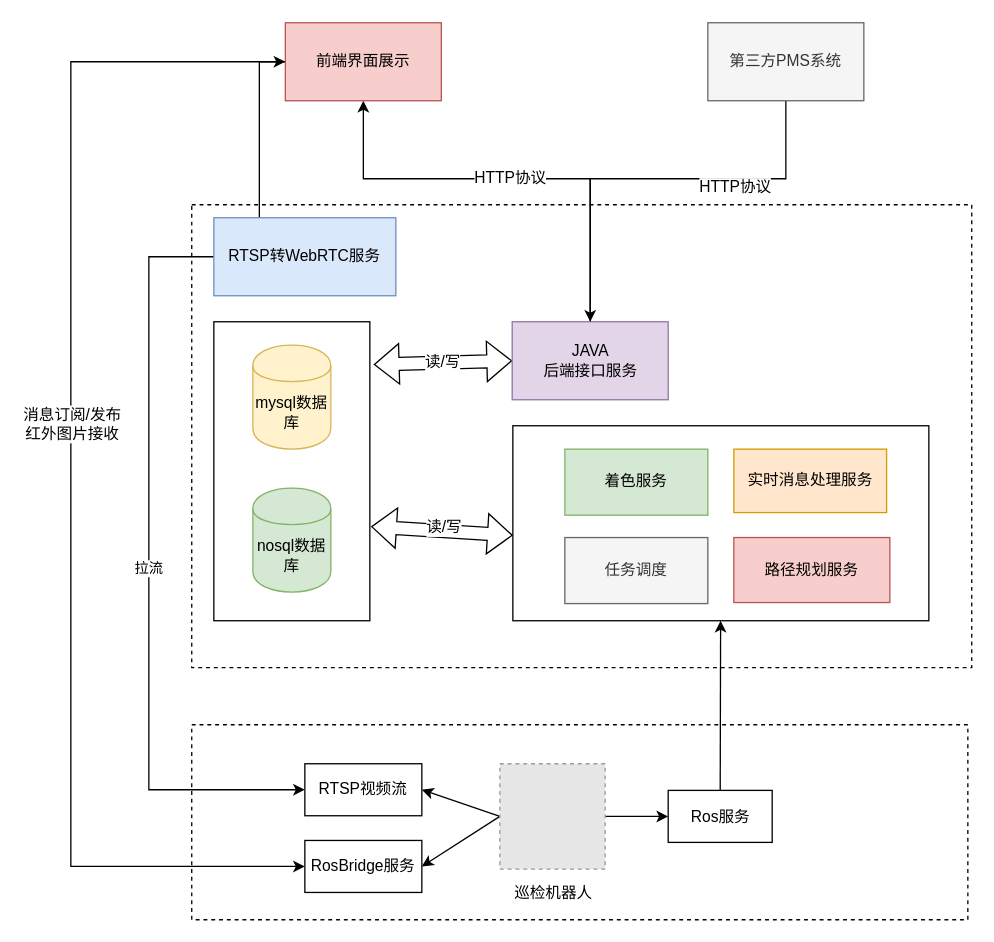
Above: ydrobot-framework.drawio in wangyufei0807/draw (draw.io), before the change. Source tidied: cells renumbered, new cells numbered last; positions are measured from the earlier drawing's top-left corner, leaving out a move shared by most shapes. Both pictures are drawn from the tidied source at 130%, with x=0, y=0 at pixel (70, 22). Pictures stored in the file or linked from it are replaced by grey dashed boxes.
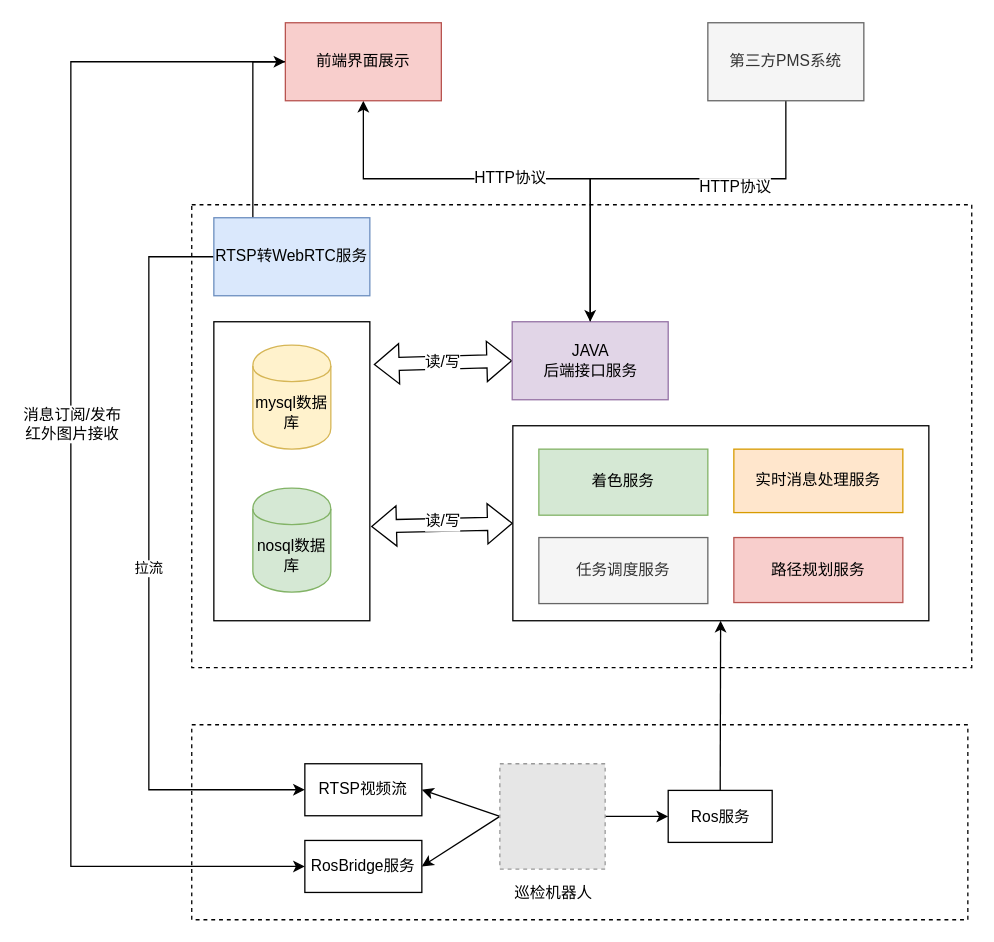
After the change.

Unchanged cells that the change refers to:
```xml
<mxCell id="20" style="rounded=0;whiteSpace=wrap;html=1;" parent="1" vertex="1">
  <mxGeometry x="340" y="310" width="320" height="150" as="geometry" />
</mxCell>
<mxCell id="28" style="rounded=0;whiteSpace=wrap;html=1;" parent="1" vertex="1">
  <mxGeometry x="110" y="230" width="120" height="230" as="geometry" />
</mxCell>
```

Diff of the diagram source:
```diff
@@
-    <mxCell id="18" style="rounded=0;jettySize=auto;html=1;exitX=0;exitY=0.5;exitDx=0;exitDy=0;entryX=1.008;entryY=0.685;entryDx=0;entryDy=0;entryPerimeter=0;strokeColor=#000000;startArrow=block;shape=flexArrow;fillColor=none;" parent="1" edge="1" target="28">
-      <mxGeometry relative="1" as="geometry">
-        <mxPoint x="340" y="394.3" as="sourcePoint" />
-      </mxGeometry>
+    <mxCell id="18" style="rounded=0;jettySize=auto;html=1;exitX=0;exitY=0.5;exitDx=0;exitDy=0;entryX=1.008;entryY=0.685;entryDx=0;entryDy=0;entryPerimeter=0;strokeColor=#000000;startArrow=block;shape=flexArrow;fillColor=none;" parent="1" edge="1" source="20" target="28">
+      <mxGeometry relative="1" as="geometry" />
     </mxCell>
@@
     <mxCell id="21" value="实时消息处理服务" style="rounded=0;whiteSpace=wrap;html=1;fontSize=12;fillColor=#ffe6cc;strokeColor=#d79b00;" parent="1" vertex="1">
-      <mxGeometry x="510" y="328" width="117.5" height="48.8" as="geometry" />
+      <mxGeometry x="510" y="328" width="130" height="48.8" as="geometry" />
     </mxCell>
     <mxCell id="22" value="路径规划服务" style="rounded=0;whiteSpace=wrap;html=1;fontSize=12;fillColor=#f8cecc;strokeColor=#b85450;" parent="1" vertex="1">
-      <mxGeometry x="510" y="396" width="120" height="50" as="geometry" />
+      <mxGeometry x="510" y="396" width="130" height="50" as="geometry" />
     </mxCell>
     <mxCell id="23" value="着色服务" style="rounded=0;whiteSpace=wrap;html=1;fontSize=12;fillColor=#d5e8d4;strokeColor=#82b366;" parent="1" vertex="1">
-      <mxGeometry x="380" y="328" width="110" height="50.8" as="geometry" />
+      <mxGeometry x="360" y="328" width="130" height="50.8" as="geometry" />
     </mxCell>
-    <mxCell id="24" value="任务调度" style="rounded=0;whiteSpace=wrap;html=1;fontSize=12;fillColor=#f5f5f5;strokeColor=#666666;fontColor=#333333;" parent="1" vertex="1">
-      <mxGeometry x="380" y="396" width="110" height="50.8" as="geometry" />
+    <mxCell id="24" value="任务调度服务" style="rounded=0;whiteSpace=wrap;html=1;fontSize=12;fillColor=#f5f5f5;strokeColor=#666666;fontColor=#333333;" parent="1" vertex="1">
+      <mxGeometry x="360" y="396" width="130" height="50.8" as="geometry" />
     </mxCell>
@@
     <mxCell id="34" value="RTSP转WebRTC服务" style="rounded=0;whiteSpace=wrap;html=1;fillColor=#dae8fc;strokeColor=#6c8ebf;" parent="1" vertex="1">
-      <mxGeometry x="110" y="150" width="140" height="60" as="geometry" />
+      <mxGeometry x="110" y="150" width="120" height="60" as="geometry" />
     </mxCell>
```
